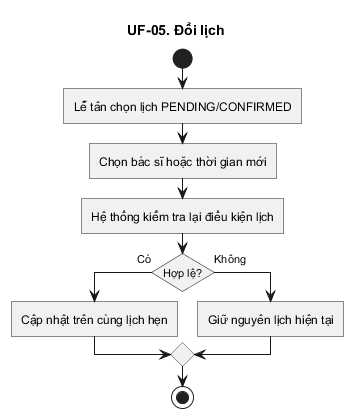
The PlantUML diagram doc/user-flow/05-doi-lich.png in KhaVan-oi/ViClinic, before a commit. The source it was exported from:
```plantuml
@startuml
title UF-05. Đổi lịch
skinparam linetype ortho
skinparam shadowing false
skinparam roundcorner 0
skinparam conditionStyle InsideDiamond
skinparam conditionEndStyle diamond
start
:Lễ tân chọn lịch PENDING/CONFIRMED;
:Chọn bác sĩ hoặc thời gian mới;
:Hệ thống kiểm tra lại điều kiện lịch;
if (Hợp lệ?) then (Có)
  :Cập nhật trên cùng lịch hẹn;
else (Không)
  :Giữ nguyên lịch hiện tại;
endif
stop
@enduml
```
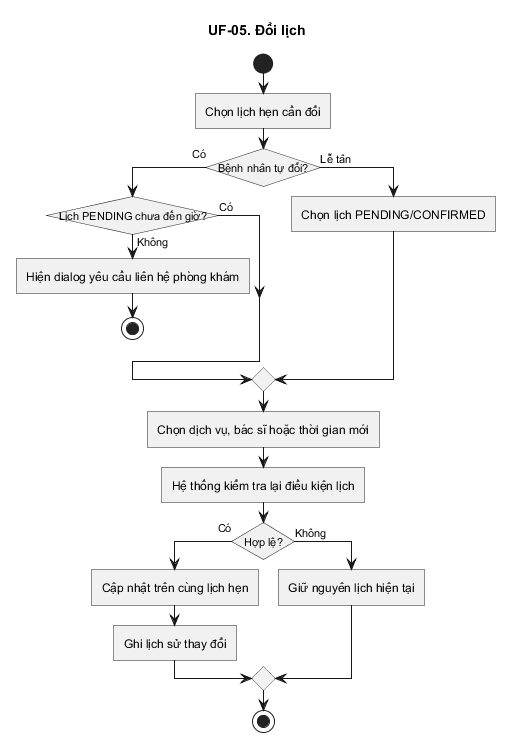
The same file after the commit.

Change to the diagram source:
```diff
@@ -6,11 +6,21 @@
 skinparam conditionStyle InsideDiamond
 skinparam conditionEndStyle diamond
 start
-:Lễ tân chọn lịch PENDING/CONFIRMED;
-:Chọn bác sĩ hoặc thời gian mới;
+:Chọn lịch hẹn cần đổi;
+if (Bệnh nhân tự đổi?) then (Có)
+  if (Lịch PENDING chưa đến giờ?) then (Có)
+  else (Không)
+    :Hiện dialog yêu cầu liên hệ phòng khám;
+    stop
+  endif
+else (Lễ tân)
+  :Chọn lịch PENDING/CONFIRMED;
+endif
+:Chọn dịch vụ, bác sĩ hoặc thời gian mới;
 :Hệ thống kiểm tra lại điều kiện lịch;
 if (Hợp lệ?) then (Có)
   :Cập nhật trên cùng lịch hẹn;
+  :Ghi lịch sử thay đổi;
 else (Không)
   :Giữ nguyên lịch hiện tại;
 endif
```
